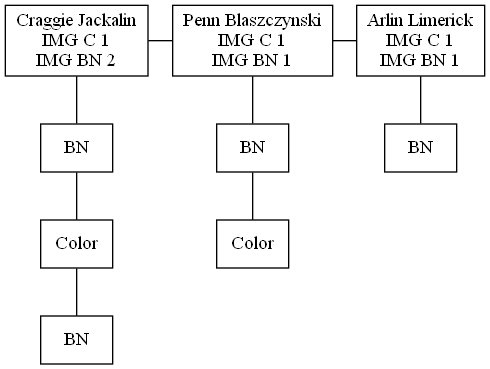
This is Fase1/clientesEnEspera.png from d-acetun/simulacion-sistema-impresion-de-imagenes, a Graphviz export, as it was before one commit. Its source is kept beside it as Fase1/clientesEnEspera.dot.
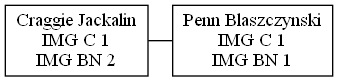
The same file after the commit.

What changed in the source:
```diff
@@ -2,23 +2,8 @@
 node[shape=box]
 edge[arrowhead=none]
 0 [label="Craggie Jackalin\nIMG C 1\nIMG BN 2"]
-1 [label=BN]
-2 [label=Color]
-3 [label=BN]
-4 [label="Penn Blaszczynski\nIMG C 1\nIMG BN 1"]
-5 [label=BN]
-6 [label=Color]
-7 [label="Arlin Limerick\nIMG C 1\nIMG BN 1"]
-8 [label=BN]
+1 [label="Penn Blaszczynski\nIMG C 1\nIMG BN 1"]
 0->1
-1->2
-2->3
-0->4
-4->5
-5->6
-4->7
-7->8
-{rank=same; 0; 4}
-{rank=same; 4; 7}
+{rank=same; 0; 1}
 rankdir=TB
 }
```
